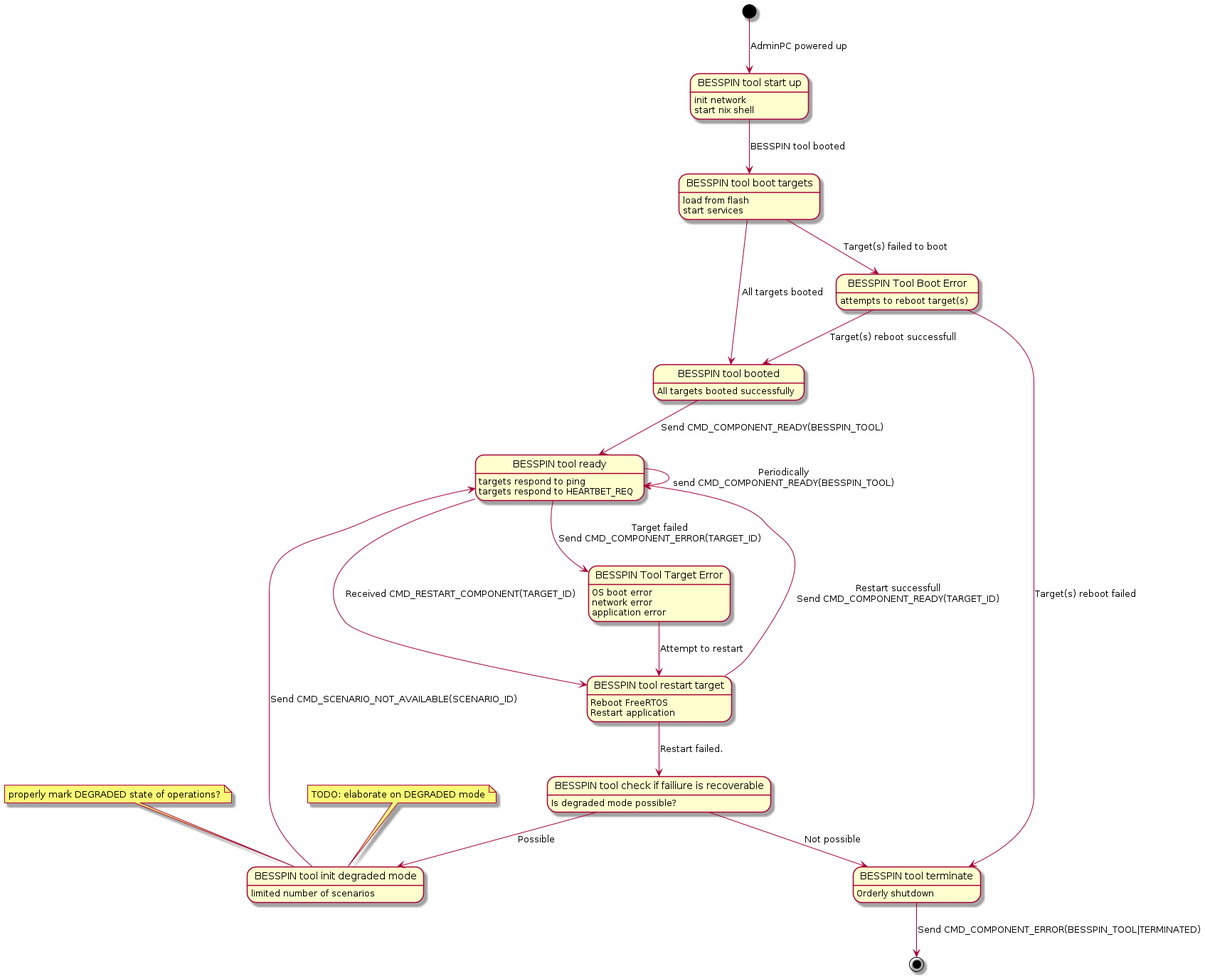
Above: besspin/cyberPhys/specs/state_machine_besspin_tool.png in GaloisInc/BESSPIN-Tool-Suite (PlantUML), before the change. Its diagram source:
```plantuml
@startuml
state "BESSPIN tool start up" as BesspinToolUp
BesspinToolUp: init network
BesspinToolUp: start nix shell
[*] --> BesspinToolUp: AdminPC powered up

state "BESSPIN tool boot targets" as BesspinToolBootTargets
BesspinToolUp --> BesspinToolBootTargets: BESSPIN tool booted
BesspinToolBootTargets: load from flash
BesspinToolBootTargets: start services

state "BESSPIN tool ready" as BesspinToolReady
BesspinToolBootTargets --> BesspinToolBooted: All targets booted

state "BESSPIN Tool Boot Error" as BesspinToolBootError
BesspinToolBootError: attempts to reboot target(s)

BesspinToolBootTargets --> BesspinToolBootError: Target(s) failed to boot
state "BESSPIN tool booted" as BesspinToolBooted
BesspinToolBooted: All targets booted successfully
BesspinToolBootError --> BesspinToolBooted: Target(s) reboot successfull
BesspinToolBootError --> BesspinToolTerminate: Target(s) reboot failed

BesspinToolBooted --> BesspinToolReady: Send CMD_COMPONENT_READY(BESSPIN_TOOL)

BesspinToolReady --> BesspinToolReady: Periodically\nsend CMD_COMPONENT_READY(BESSPIN_TOOL)

state "BESSPIN Tool Target Error" as BesspinToolTargetError
BesspinToolTargetError: OS boot error
BesspinToolTargetError: network error
BesspinToolTargetError: application error

BesspinToolTargetError --> BesspinToolRestartTarget: Attempt to restart

state "BESSPIN tool terminate" as BesspinToolTerminate
BesspinToolTerminate: Orderly shutdown

BesspinToolReady: targets respond to ping
BesspinToolReady: targets respond to HEARTBET_REQ

BesspinToolReady --> BesspinToolTargetError: Target failed\nSend CMD_COMPONENT_ERROR(TARGET_ID)

state "BESSPIN tool restart target" as BesspinToolRestartTarget
BesspinToolRestartTarget: Reboot FreeRTOS
BesspinToolRestartTarget: Restart application
BesspinToolReady --> BesspinToolRestartTarget: Received CMD_RESTART_COMPONENT(TARGET_ID)

BesspinToolRestartTarget --> BesspinToolReady: Restart successfull\nSend CMD_COMPONENT_READY(TARGET_ID)
BesspinToolRestartTarget --> BesspinToolRecoverableFailiure: Restart failed.

state "BESSPIN tool check if failiure is recoverable" as BesspinToolRecoverableFailiure
BesspinToolRecoverableFailiure: Is degraded mode possible?

BesspinToolRecoverableFailiure --> BesspinToolTerminate: Not possible

BesspinToolRecoverableFailiure --> BesspinToolDegradedModeInit: Possible
state "BESSPIN tool init degraded mode" as BesspinToolDegradedModeInit
BesspinToolDegradedModeInit: limited number of scenarios
note top of BesspinToolDegradedModeInit: properly mark DEGRADED state of operations?
note top of BesspinToolDegradedModeInit: TODO: elaborate on DEGRADED mode

BesspinToolDegradedModeInit --> BesspinToolReady: Send CMD_SCENARIO_NOT_AVAILABLE(SCENARIO_ID)

BesspinToolTerminate --> [*]: Send CMD_COMPONENT_ERROR(BESSPIN_TOOL|TERMINATED)

@enduml
```
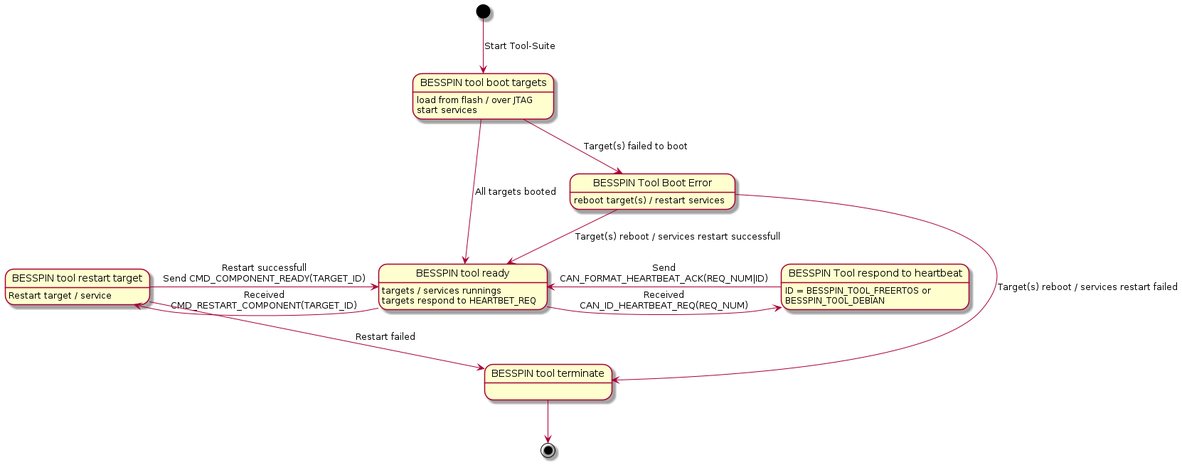
Later version of the same file.

Commit message:
Updated state machines

What changed in the source:
```diff
@@ -1,66 +1,36 @@
 @startuml
-state "BESSPIN tool start up" as BesspinToolUp
-BesspinToolUp: init network
-BesspinToolUp: start nix shell
-[*] --> BesspinToolUp: AdminPC powered up
+[*] --> BesspinToolBootTargets: Start Tool-Suite
 
 state "BESSPIN tool boot targets" as BesspinToolBootTargets
-BesspinToolUp --> BesspinToolBootTargets: BESSPIN tool booted
-BesspinToolBootTargets: load from flash
+BesspinToolBootTargets: load from flash / over JTAG
 BesspinToolBootTargets: start services
 
 state "BESSPIN tool ready" as BesspinToolReady
-BesspinToolBootTargets --> BesspinToolBooted: All targets booted
+BesspinToolBootTargets --> BesspinToolReady: All targets booted
 
 state "BESSPIN Tool Boot Error" as BesspinToolBootError
-BesspinToolBootError: attempts to reboot target(s)
+BesspinToolBootError: reboot target(s) / restart services
 
 BesspinToolBootTargets --> BesspinToolBootError: Target(s) failed to boot
-state "BESSPIN tool booted" as BesspinToolBooted
-BesspinToolBooted: All targets booted successfully
-BesspinToolBootError --> BesspinToolBooted: Target(s) reboot successfull
-BesspinToolBootError --> BesspinToolTerminate: Target(s) reboot failed
+BesspinToolBootError --> BesspinToolReady: Target(s) reboot / services restart successfull
+BesspinToolBootError --> BesspinToolTerminate: Target(s) reboot / services restart failed
 
-BesspinToolBooted --> BesspinToolReady: Send CMD_COMPONENT_READY(BESSPIN_TOOL)
+BesspinToolReady: targets / services runnings
+BesspinToolReady: targets respond to HEARTBET_REQ
 
-BesspinToolReady --> BesspinToolReady: Periodically\nsend CMD_COMPONENT_READY(BESSPIN_TOOL)
 
-state "BESSPIN Tool Target Error" as BesspinToolTargetError
-BesspinToolTargetError: OS boot error
-BesspinToolTargetError: network error
-BesspinToolTargetError: application error
+state "BESSPIN Tool respond to heartbeat"  as BesspingToolRespondToHeartbeat
+BesspingToolRespondToHeartbeat: ID = BESSPIN_TOOL_FREERTOS or\nBESSPIN_TOOL_DEBIAN
+BesspinToolReady -> BesspingToolRespondToHeartbeat: Received\nCAN_ID_HEARTBEAT_REQ(REQ_NUM)
+BesspingToolRespondToHeartbeat -> BesspinToolReady: Send\nCAN_FORMAT_HEARTBEAT_ACK(REQ_NUM|ID)
 
-BesspinToolTargetError --> BesspinToolRestartTarget: Attempt to restart
+state "BESSPIN tool restart target" as BesspinToolRestartTarget
+BesspinToolRestartTarget: Restart target / service
+BesspinToolReady -> BesspinToolRestartTarget: Received\nCMD_RESTART_COMPONENT(TARGET_ID)
+BesspinToolRestartTarget -> BesspinToolReady: Restart successfull\nSend CMD_COMPONENT_READY(TARGET_ID)
+BesspinToolRestartTarget --> BesspinToolTerminate: Restart failed
 
 state "BESSPIN tool terminate" as BesspinToolTerminate
-BesspinToolTerminate: Orderly shutdown
-
-BesspinToolReady: targets respond to ping
-BesspinToolReady: targets respond to HEARTBET_REQ
-
-BesspinToolReady --> BesspinToolTargetError: Target failed\nSend CMD_COMPONENT_ERROR(TARGET_ID)
-
-state "BESSPIN tool restart target" as BesspinToolRestartTarget
-BesspinToolRestartTarget: Reboot FreeRTOS
-BesspinToolRestartTarget: Restart application
-BesspinToolReady --> BesspinToolRestartTarget: Received CMD_RESTART_COMPONENT(TARGET_ID)
-
-BesspinToolRestartTarget --> BesspinToolReady: Restart successfull\nSend CMD_COMPONENT_READY(TARGET_ID)
-BesspinToolRestartTarget --> BesspinToolRecoverableFailiure: Restart failed.
-
-state "BESSPIN tool check if failiure is recoverable" as BesspinToolRecoverableFailiure
-BesspinToolRecoverableFailiure: Is degraded mode possible?
-
-BesspinToolRecoverableFailiure --> BesspinToolTerminate: Not possible
-
-BesspinToolRecoverableFailiure --> BesspinToolDegradedModeInit: Possible
-state "BESSPIN tool init degraded mode" as BesspinToolDegradedModeInit
-BesspinToolDegradedModeInit: limited number of scenarios
-note top of BesspinToolDegradedModeInit: properly mark DEGRADED state of operations?
-note top of BesspinToolDegradedModeInit: TODO: elaborate on DEGRADED mode
-
-BesspinToolDegradedModeInit --> BesspinToolReady: Send CMD_SCENARIO_NOT_AVAILABLE(SCENARIO_ID)
-
-BesspinToolTerminate --> [*]: Send CMD_COMPONENT_ERROR(BESSPIN_TOOL|TERMINATED)
+BesspinToolTerminate --> [*]
 
 @enduml
```
